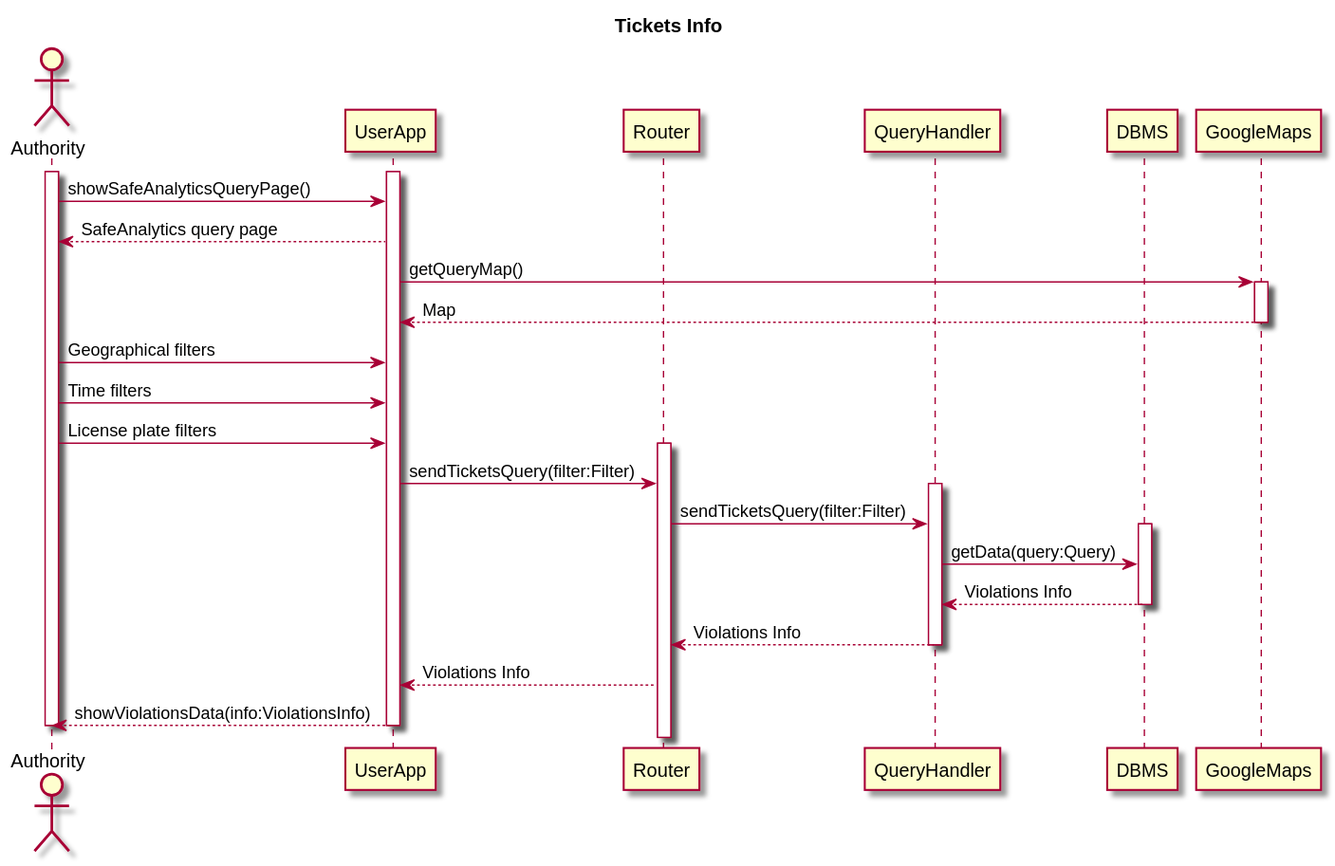
The PlantUML diagram DD/resources/tickets_info.svg in simonebraga/software_engineering_project_2020, before a commit.
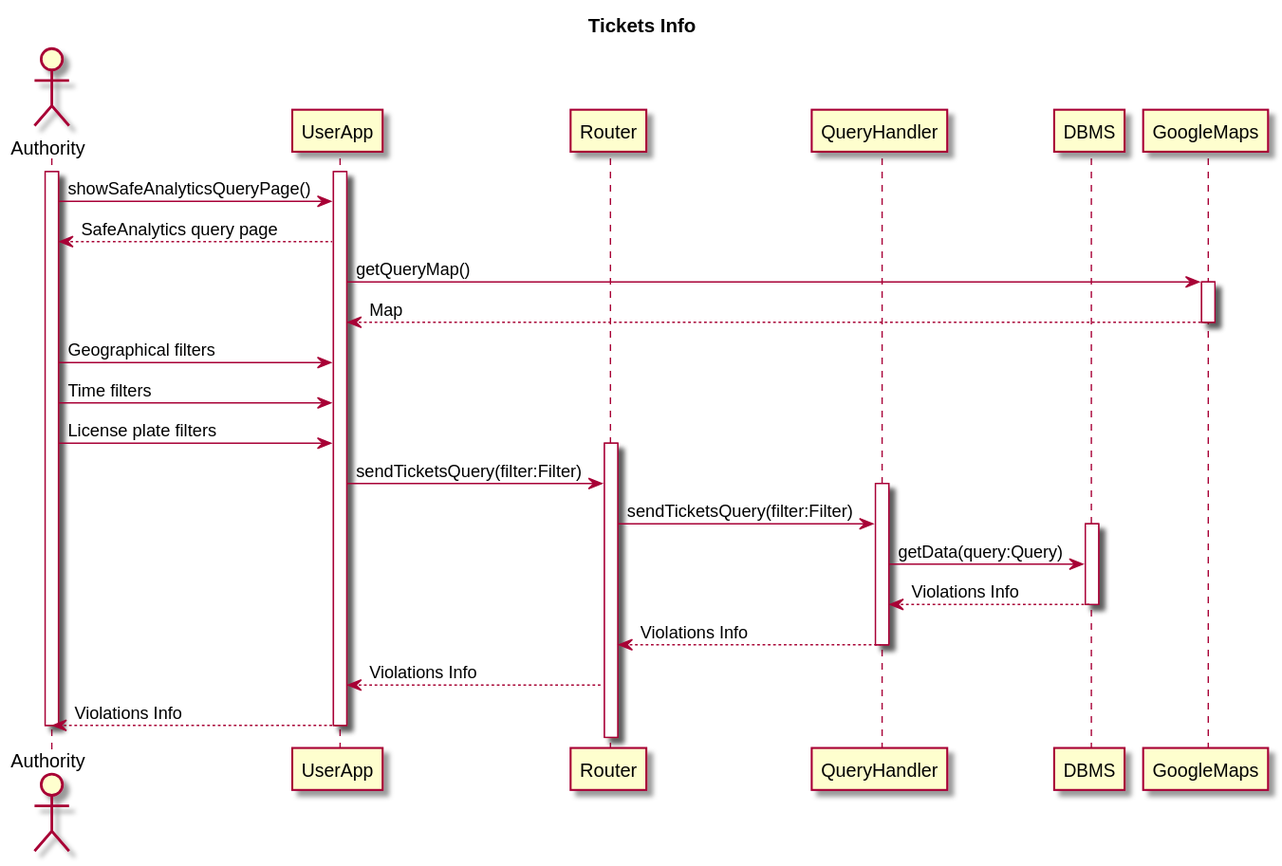
Later version of the same file.

The edit, as a diff of the source:
```diff
@@ -43,7 +43,7 @@
     rout --> app : Violations Info
 
 
-    app --> auth : showViolationsData(info:ViolationsInfo)
+    app --> auth : Violations Info
 
 deactivate app
 deactivate auth
```
